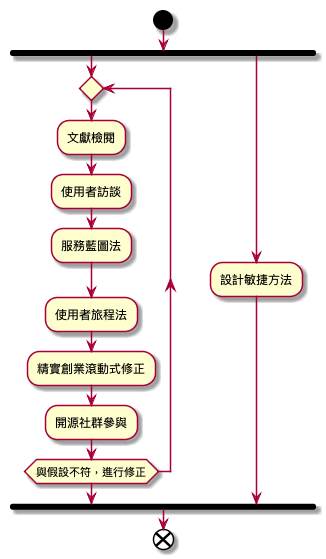
Before: report2/research_flow.png, a diagram exported from PlantUML (SenseTW/ArrTMDReport).
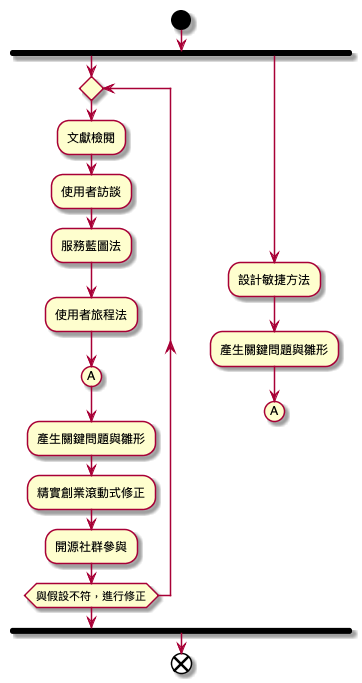
Above is the later version.

The edit, as a diff of the source:
```diff
@@ -6,11 +6,16 @@
     :使用者訪談;
     :服務藍圖法;
     :使用者旅程法;
+    (A)
+    :產生關鍵問題與雛形;
     :精實創業滾動式修正;
     :開源社群參與;
     repeat while (與假設不符，進行修正)
 fork again
    :設計敏捷方法;
+   :產生關鍵問題與雛形;
+    (A)
+   detach
 endfork
 end
 @enduml
```
